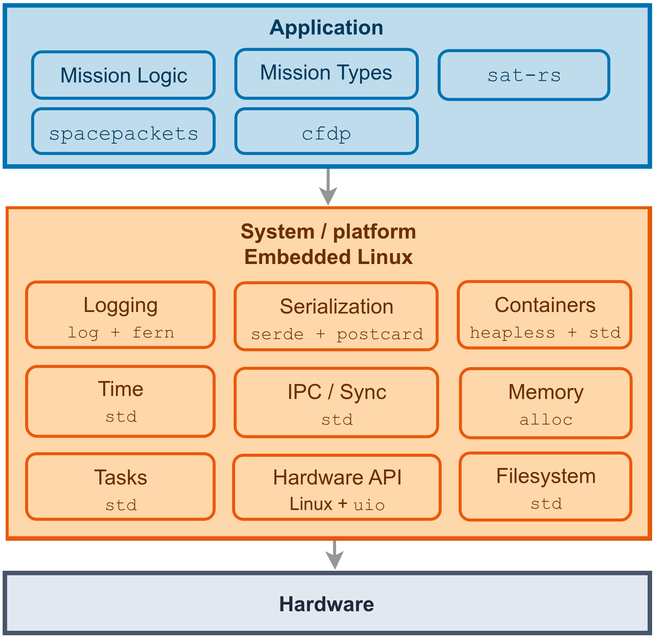
The draw.io diagram static/sat-rs/book/images/satrs-arch-linux.drawio.png in robamu/robamu.github.io, before a commit. Source tidied: cells renumbered, new cells last; positions are measured from the earlier drawing's top-left corner, leaving out a move shared by most shapes.
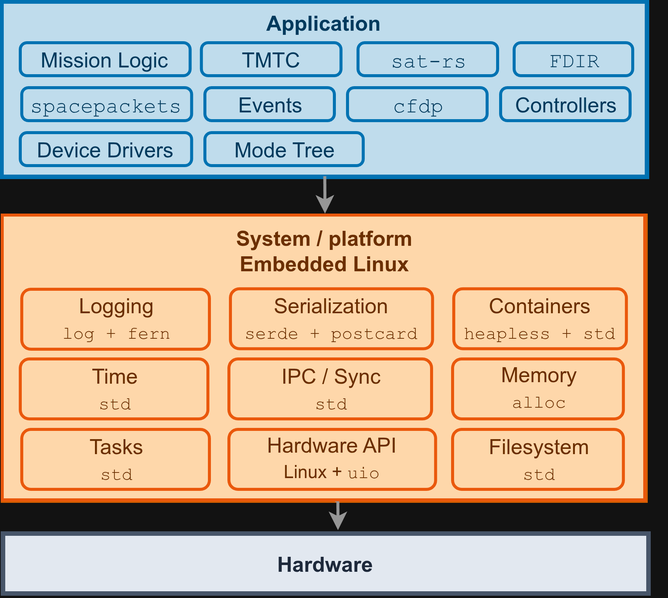
Above is the later version.

What changed in the source:
```diff
@@ -2,72 +2,92 @@
   <root>
     <mxCell id="0" />
     <mxCell id="1" parent="0" />
+    <mxCell id="5" style="group;fillColor=#FFF7ED;rounded=0;labelBackgroundColor=none;fontColor=#6B2F00;strokeColor=#D55E00;strokeWidth=3;perimeterSpacing=1;" parent="1" vertex="1">
+      <mxGeometry x="2" y="135" width="428" height="190" as="geometry" />
+    </mxCell>
     <mxCell id="2" value="Hardware" style="rounded=0;arcSize=20;strokeWidth=3;fillColor=#E2E8F0;strokeColor=#475569;fontColor=#1E293B;labelBackgroundColor=none;fontStyle=1;fontSize=14;perimeterSpacing=1;" parent="1" vertex="1">
-      <mxGeometry y="378" width="430" height="40" as="geometry" />
+      <mxGeometry x="2" y="347" width="430" height="40" as="geometry" />
     </mxCell>
-    <mxCell id="3" style="rounded=0;jettySize=auto;html=1;strokeWidth=2;labelBackgroundColor=none;strokeColor=#969696;fontColor=default;entryX=0.513;entryY=-0.015;entryDx=0;entryDy=0;entryPerimeter=0;endArrow=classic;endFill=1;edgeStyle=orthogonalEdgeStyle;exitX=0.51;exitY=1.006;exitDx=0;exitDy=0;exitPerimeter=0;" parent="1" edge="1" source="6" target="2">
+    <mxCell id="3" style="rounded=0;jettySize=auto;html=1;strokeWidth=2;labelBackgroundColor=none;strokeColor=#969696;fontColor=default;entryX=0.52;entryY=-0.019;entryDx=0;entryDy=0;entryPerimeter=0;endArrow=classic;endFill=1;edgeStyle=orthogonalEdgeStyle;exitX=0.518;exitY=1.002;exitDx=0;exitDy=0;exitPerimeter=0;" parent="1" edge="1" source="6" target="2">
       <mxGeometry relative="1" as="geometry">
         <Array as="points">
-          <mxPoint x="220.3" y="365" />
-          <mxPoint x="220.6" y="365" />
+          <mxPoint x="223.6" y="325.4" />
         </Array>
       </mxGeometry>
     </mxCell>
-    <mxCell id="4" style="rounded=0;jettySize=auto;html=1;entryX=0.5;entryY=-0.006;entryDx=0;entryDy=0;entryPerimeter=0;strokeWidth=2;labelBackgroundColor=none;fontColor=default;exitX=0.445;exitY=0.994;exitDx=0;exitDy=0;exitPerimeter=0;edgeStyle=orthogonalEdgeStyle;curved=0;strokeColor=#969696;" parent="1" edge="1" target="6">
-      <mxGeometry relative="1" as="geometry">
-        <mxPoint x="200" y="99.5" as="sourcePoint" />
-      </mxGeometry>
-    </mxCell>
-    <mxCell id="5" style="group;fillColor=#FFF7ED;rounded=0;labelBackgroundColor=none;fontColor=#6B2F00;strokeColor=#D55E00;strokeWidth=3;perimeterSpacing=1;" parent="1" vertex="1">
-      <mxGeometry x="2" y="135" width="428" height="220" as="geometry" />
-    </mxCell>
+    <mxCell id="22" value=" " style="group;" parent="1" vertex="1">
+      <mxGeometry x="1" y="-5" width="443" height="139" as="geometry" />
+    </mxCell>
+    <mxCell id="23" style="group;" parent="22" vertex="1">
+      <mxGeometry width="443" height="114" as="geometry" />
+    </mxCell>
+    <mxCell id="16" value="Application" style="rounded=0;arcSize=20;strokeWidth=3;fillColor=#BFDCEC;strokeColor=#0072B2;fontSize=14;fontColor=#003A5D;labelBackgroundColor=none;fontStyle=1;labelPosition=center;verticalLabelPosition=middle;align=center;verticalAlign=top;spacingTop=0;perimeterSpacing=1;" parent="23" vertex="1">
+      <mxGeometry y="-3" width="430" height="117" as="geometry" />
+    </mxCell>
+    <mxCell id="17" value="&lt;span style=&quot;font-weight: normal;&quot;&gt;Mission Logic&lt;/span&gt;" style="rounded=1;whiteSpace=wrap;html=1;fillColor=#BFDCEC;fontColor=#003A5D;strokeColor=#0072B2;labelBackgroundColor=none;strokeWidth=2;align=center;verticalAlign=middle;fontFamily=Helvetica;fontSize=14;fontStyle=1;spacingTop=0;arcSize=20;" parent="23" vertex="1">
+      <mxGeometry x="13" y="25" width="113.2" height="22" as="geometry" />
+    </mxCell>
+    <mxCell id="18" value="&lt;span style=&quot;font-weight: normal;&quot;&gt;&lt;font face=&quot;Courier New&quot;&gt;sat-rs&lt;/font&gt;&lt;/span&gt;" style="rounded=1;whiteSpace=wrap;html=1;fillColor=#BFDCEC;fontColor=#003A5D;strokeColor=#0072B2;labelBackgroundColor=none;strokeWidth=2;align=center;verticalAlign=middle;fontFamily=Helvetica;fontSize=14;fontStyle=1;spacingTop=0;arcSize=20;" parent="23" vertex="1">
+      <mxGeometry x="238" y="25" width="93" height="22" as="geometry" />
+    </mxCell>
+    <mxCell id="20" value="&lt;span style=&quot;font-weight: normal;&quot;&gt;&lt;font face=&quot;Courier New&quot;&gt;spacepackets&lt;/font&gt;&lt;/span&gt;" style="rounded=1;whiteSpace=wrap;html=1;fillColor=#BFDCEC;fontColor=#003A5D;strokeColor=#0072B2;labelBackgroundColor=none;strokeWidth=2;align=center;verticalAlign=middle;fontFamily=Helvetica;fontSize=14;fontStyle=1;spacingTop=0;arcSize=20;" parent="23" vertex="1">
+      <mxGeometry x="14" y="55" width="113.2" height="22" as="geometry" />
+    </mxCell>
+    <mxCell id="24" value="&lt;span style=&quot;font-weight: normal;&quot;&gt;Events&lt;/span&gt;" style="rounded=1;whiteSpace=wrap;html=1;fillColor=#BFDCEC;fontColor=#003A5D;strokeColor=#0072B2;labelBackgroundColor=none;strokeWidth=2;align=center;verticalAlign=middle;fontFamily=Helvetica;fontSize=14;fontStyle=1;spacingTop=0;arcSize=20;" parent="23" vertex="1">
+      <mxGeometry x="136" y="55" width="86.2" height="22" as="geometry" />
+    </mxCell>
+    <mxCell id="21" value="&lt;span style=&quot;font-weight: normal;&quot;&gt;&lt;font face=&quot;Courier New&quot;&gt;cfdp&lt;/font&gt;&lt;/span&gt;" style="rounded=1;whiteSpace=wrap;html=1;fillColor=#BFDCEC;fontColor=#003A5D;strokeColor=#0072B2;labelBackgroundColor=none;strokeWidth=2;align=center;verticalAlign=middle;fontFamily=Helvetica;fontSize=14;fontStyle=1;spacingTop=0;arcSize=20;" parent="23" vertex="1">
+      <mxGeometry x="231" y="55" width="93" height="22" as="geometry" />
+    </mxCell>
+    <mxCell id="25" value="&lt;span style=&quot;font-weight: normal;&quot;&gt;Device Drivers&lt;/span&gt;" style="rounded=1;whiteSpace=wrap;html=1;fillColor=#BFDCEC;fontColor=#003A5D;strokeColor=#0072B2;labelBackgroundColor=none;strokeWidth=2;align=center;verticalAlign=middle;fontFamily=Helvetica;fontSize=14;fontStyle=1;spacingTop=0;arcSize=20;" parent="23" vertex="1">
+      <mxGeometry x="13" y="85" width="114.2" height="22" as="geometry" />
+    </mxCell>
+    <mxCell id="26" value="&lt;span style=&quot;font-weight: normal;&quot;&gt;Mode Tree&lt;/span&gt;" style="rounded=1;whiteSpace=wrap;html=1;fillColor=#BFDCEC;fontColor=#003A5D;strokeColor=#0072B2;labelBackgroundColor=none;strokeWidth=2;align=center;verticalAlign=middle;fontFamily=Helvetica;fontSize=14;fontStyle=1;spacingTop=0;arcSize=20;" parent="23" vertex="1">
+      <mxGeometry x="136" y="85" width="105.5" height="22" as="geometry" />
+    </mxCell>
+    <mxCell id="27" value="&lt;span style=&quot;font-weight: normal;&quot;&gt;Controllers&lt;/span&gt;" style="rounded=1;whiteSpace=wrap;html=1;fillColor=#BFDCEC;fontColor=#003A5D;strokeColor=#0072B2;labelBackgroundColor=none;strokeWidth=2;align=center;verticalAlign=middle;fontFamily=Helvetica;fontSize=14;fontStyle=1;spacingTop=0;arcSize=20;" parent="23" vertex="1">
+      <mxGeometry x="333" y="55" width="86.2" height="22" as="geometry" />
+    </mxCell>
+    <mxCell id="28" value="&lt;span style=&quot;font-weight: normal;&quot;&gt;TMTC&lt;/span&gt;" style="rounded=1;whiteSpace=wrap;html=1;fillColor=#BFDCEC;fontColor=#003A5D;strokeColor=#0072B2;labelBackgroundColor=none;strokeWidth=2;align=center;verticalAlign=middle;fontFamily=Helvetica;fontSize=14;fontStyle=1;spacingTop=0;arcSize=20;" parent="23" vertex="1">
+      <mxGeometry x="133.7" y="25" width="93" height="22" as="geometry" />
+    </mxCell>
+    <mxCell id="29" value="&lt;span style=&quot;font-weight: normal;&quot;&gt;&lt;font face=&quot;Courier New&quot;&gt;FDIR&lt;/font&gt;&lt;/span&gt;" style="rounded=1;whiteSpace=wrap;html=1;fillColor=#BFDCEC;fontColor=#003A5D;strokeColor=#0072B2;labelBackgroundColor=none;strokeWidth=2;align=center;verticalAlign=middle;fontFamily=Helvetica;fontSize=14;fontStyle=1;spacingTop=0;arcSize=20;" parent="23" vertex="1">
+      <mxGeometry x="342" y="25" width="79" height="22" as="geometry" />
+    </mxCell>
+    <mxCell id="30" style="rounded=0;jettySize=auto;html=1;entryX=0.5;entryY=-0.006;entryDx=0;entryDy=0;entryPerimeter=0;strokeWidth=2;labelBackgroundColor=none;fontColor=default;exitX=0.502;exitY=0.992;exitDx=0;exitDy=0;exitPerimeter=0;edgeStyle=orthogonalEdgeStyle;curved=0;strokeColor=#969696;" parent="22" edge="1" source="16">
+      <mxGeometry relative="1" as="geometry">
+        <mxPoint x="216" y="139" as="targetPoint" />
+      </mxGeometry>
+    </mxCell>
-    <mxCell id="6" value="System / platform&#10;Embedded Linux" style="whiteSpace=wrap;strokeWidth=2;verticalAlign=top;fillColor=#FED7AA;strokeColor=#EA580C;fontColor=#6B2F00;fontSize=14;rounded=0;labelBackgroundColor=none;fontStyle=1;" parent="5" vertex="1">
-      <mxGeometry width="428" height="220" as="geometry" />
+    <mxCell id="6" value="System / platform&#10;Embedded Linux" style="whiteSpace=wrap;strokeWidth=2;verticalAlign=top;fillColor=#FED7AA;strokeColor=#EA580C;fontColor=#6B2F00;fontSize=14;rounded=0;labelBackgroundColor=none;fontStyle=1;" parent="1" vertex="1">
+      <mxGeometry x="2" y="135" width="428" height="190" as="geometry" />
     </mxCell>
-    <mxCell id="7" value="&lt;span style=&quot;font-weight: normal;&quot;&gt;Logging&lt;br&gt;&lt;/span&gt;&lt;div&gt;&lt;span style=&quot;font-weight: normal;&quot;&gt;&lt;font face=&quot;Courier New&quot; style=&quot;font-size: 12px;&quot;&gt;log + fern&lt;/font&gt;&lt;/span&gt;&lt;/div&gt;" style="rounded=1;whiteSpace=wrap;html=1;fillColor=#FED7AA;fontColor=#6B2F00;strokeColor=#EA580C;labelBackgroundColor=none;strokeWidth=2;align=center;verticalAlign=top;fontFamily=Helvetica;fontSize=14;fontStyle=1;" parent="5" vertex="1">
-      <mxGeometry x="13" y="49.5" width="125" height="43.7" as="geometry" />
+    <mxCell id="7" value="&lt;span style=&quot;font-weight: normal;&quot;&gt;Logging&lt;br&gt;&lt;/span&gt;&lt;div&gt;&lt;span style=&quot;font-weight: normal;&quot;&gt;&lt;font face=&quot;Courier New&quot; style=&quot;font-size: 12px;&quot;&gt;log + fern&lt;/font&gt;&lt;/span&gt;&lt;/div&gt;" style="rounded=1;whiteSpace=wrap;html=1;fillColor=#FED7AA;fontColor=#6B2F00;strokeColor=#EA580C;labelBackgroundColor=none;strokeWidth=2;align=center;verticalAlign=middle;fontFamily=Helvetica;fontSize=14;fontStyle=1;" parent="1" vertex="1">
+      <mxGeometry x="15" y="184.5" width="125" height="40" as="geometry" />
     </mxCell>
-    <mxCell id="8" value="&lt;span style=&quot;font-weight: normal;&quot;&gt;Serialization&lt;br&gt;&lt;font face=&quot;Courier New&quot; style=&quot;font-size: 12px;&quot;&gt;serde + postcard&lt;/font&gt;&lt;/span&gt;" style="rounded=1;whiteSpace=wrap;html=1;fillColor=#FED7AA;fontColor=#6B2F00;strokeColor=#EA580C;labelBackgroundColor=none;strokeWidth=2;align=center;verticalAlign=top;fontFamily=Helvetica;fontSize=14;fontStyle=1;" parent="5" vertex="1">
-      <mxGeometry x="152" y="50" width="134.7" height="44.7" as="geometry" />
+    <mxCell id="8" value="&lt;span style=&quot;font-weight: normal;&quot;&gt;Serialization&lt;br&gt;&lt;font face=&quot;Courier New&quot; style=&quot;font-size: 12px;&quot;&gt;serde + postcard&lt;/font&gt;&lt;/span&gt;" style="rounded=1;whiteSpace=wrap;html=1;fillColor=#FED7AA;fontColor=#6B2F00;strokeColor=#EA580C;labelBackgroundColor=none;strokeWidth=2;align=center;verticalAlign=middle;fontFamily=Helvetica;fontSize=14;fontStyle=1;" parent="1" vertex="1">
+      <mxGeometry x="154" y="184.2" width="134.7" height="40" as="geometry" />
     </mxCell>
-    <mxCell id="9" value="&lt;span style=&quot;font-weight: normal;&quot;&gt;Containers&lt;br&gt;&lt;font face=&quot;Courier New&quot; style=&quot;font-size: 12px;&quot;&gt;heapless + std&lt;/font&gt;&lt;/span&gt;" style="rounded=1;whiteSpace=wrap;html=1;fillColor=#FED7AA;fontColor=#6B2F00;strokeColor=#EA580C;labelBackgroundColor=none;strokeWidth=2;align=center;verticalAlign=top;fontFamily=Helvetica;fontSize=14;fontStyle=1;" parent="5" vertex="1">
-      <mxGeometry x="300.8" y="49.2" width="115" height="44.3" as="geometry" />
+    <mxCell id="9" value="&lt;span style=&quot;font-weight: normal;&quot;&gt;Containers&lt;br&gt;&lt;font face=&quot;Courier New&quot; style=&quot;font-size: 12px;&quot;&gt;heapless + std&lt;/font&gt;&lt;/span&gt;" style="rounded=1;whiteSpace=wrap;html=1;fillColor=#FED7AA;fontColor=#6B2F00;strokeColor=#EA580C;labelBackgroundColor=none;strokeWidth=2;align=center;verticalAlign=middle;fontFamily=Helvetica;fontSize=14;fontStyle=1;" parent="1" vertex="1">
+      <mxGeometry x="302.8" y="184.2" width="115" height="40" as="geometry" />
     </mxCell>
-    <mxCell id="10" value="&lt;span style=&quot;font-weight: normal;&quot;&gt;Time&lt;br&gt;&lt;font style=&quot;font-size: 12px;&quot; face=&quot;Courier New&quot;&gt;std&lt;/font&gt;&lt;/span&gt;" style="rounded=1;whiteSpace=wrap;html=1;fillColor=#FED7AA;fontColor=#6B2F00;strokeColor=#EA580C;labelBackgroundColor=none;strokeWidth=2;align=center;verticalAlign=top;fontFamily=Helvetica;fontSize=14;fontStyle=1;" parent="5" vertex="1">
-      <mxGeometry x="13" y="105.8" width="125" height="46.6" as="geometry" />
+    <mxCell id="10" value="&lt;span style=&quot;font-weight: normal;&quot;&gt;Time&lt;br&gt;&lt;font style=&quot;font-size: 12px;&quot; face=&quot;Courier New&quot;&gt;std&lt;/font&gt;&lt;/span&gt;" style="rounded=1;whiteSpace=wrap;html=1;fillColor=#FED7AA;fontColor=#6B2F00;strokeColor=#EA580C;labelBackgroundColor=none;strokeWidth=2;align=center;verticalAlign=middle;fontFamily=Helvetica;fontSize=14;fontStyle=1;" parent="1" vertex="1">
+      <mxGeometry x="14" y="231" width="125" height="40" as="geometry" />
     </mxCell>
-    <mxCell id="11" value="&lt;span style=&quot;font-weight: normal;&quot;&gt;IPC / Sync&lt;br&gt;&lt;/span&gt;&lt;div&gt;&lt;span style=&quot;font-weight: normal;&quot;&gt;&lt;font style=&quot;font-size: 12px;&quot; face=&quot;Courier New&quot;&gt;std&lt;/font&gt;&lt;/span&gt;&lt;/div&gt;" style="rounded=1;whiteSpace=wrap;html=1;fillColor=#FED7AA;fontColor=#6B2F00;strokeColor=#EA580C;labelBackgroundColor=none;strokeWidth=2;align=center;verticalAlign=top;fontFamily=Helvetica;fontSize=14;fontStyle=1;" parent="5" vertex="1">
-      <mxGeometry x="152" y="107" width="135" height="45.6" as="geometry" />
+    <mxCell id="11" value="&lt;span style=&quot;font-weight: normal;&quot;&gt;IPC / Sync&lt;br&gt;&lt;/span&gt;&lt;div&gt;&lt;span style=&quot;font-weight: normal;&quot;&gt;&lt;font style=&quot;font-size: 12px;&quot; face=&quot;Courier New&quot;&gt;std&lt;/font&gt;&lt;/span&gt;&lt;/div&gt;" style="rounded=1;whiteSpace=wrap;html=1;fillColor=#FED7AA;fontColor=#6B2F00;strokeColor=#EA580C;labelBackgroundColor=none;strokeWidth=2;align=center;verticalAlign=middle;fontFamily=Helvetica;fontSize=14;fontStyle=1;" parent="1" vertex="1">
+      <mxGeometry x="153" y="231" width="135" height="40" as="geometry" />
     </mxCell>
-    <mxCell id="12" value="&lt;span style=&quot;font-weight: normal;&quot;&gt;Memory&lt;br&gt;&lt;font face=&quot;Courier New&quot; style=&quot;font-size: 12px;&quot;&gt;alloc&lt;/font&gt;&lt;/span&gt;" style="rounded=1;whiteSpace=wrap;html=1;fillColor=#FED7AA;fontColor=#6B2F00;strokeColor=#EA580C;labelBackgroundColor=none;strokeWidth=2;align=center;verticalAlign=top;fontFamily=Helvetica;fontSize=14;fontStyle=1;" parent="5" vertex="1">
-      <mxGeometry x="302.2" y="107.2" width="113.8" height="46.1" as="geometry" />
+    <mxCell id="12" value="&lt;span style=&quot;font-weight: normal;&quot;&gt;Memory&lt;br&gt;&lt;font face=&quot;Courier New&quot; style=&quot;font-size: 12px;&quot;&gt;alloc&lt;/font&gt;&lt;/span&gt;" style="rounded=1;whiteSpace=wrap;html=1;fillColor=#FED7AA;fontColor=#6B2F00;strokeColor=#EA580C;labelBackgroundColor=none;strokeWidth=2;align=center;verticalAlign=middle;fontFamily=Helvetica;fontSize=14;fontStyle=1;" parent="1" vertex="1">
+      <mxGeometry x="302" y="231" width="113.8" height="40" as="geometry" />
     </mxCell>
-    <mxCell id="13" value="&lt;span style=&quot;font-weight: normal;&quot;&gt;Tasks&lt;br&gt;&lt;font face=&quot;Courier New&quot;&gt;&lt;span style=&quot;font-size: 12px;&quot;&gt;std&lt;/span&gt;&lt;/font&gt;&lt;/span&gt;" style="rounded=1;whiteSpace=wrap;html=1;fillColor=#FED7AA;fontColor=#6B2F00;strokeColor=#EA580C;labelBackgroundColor=none;strokeWidth=2;align=center;verticalAlign=top;fontFamily=Helvetica;fontSize=14;fontStyle=1;" parent="5" vertex="1">
-      <mxGeometry x="13" y="164" width="125" height="43.7" as="geometry" />
+    <mxCell id="13" value="&lt;span style=&quot;font-weight: normal;&quot;&gt;Tasks&lt;br&gt;&lt;font face=&quot;Courier New&quot;&gt;&lt;span style=&quot;font-size: 12px;&quot;&gt;std&lt;/span&gt;&lt;/font&gt;&lt;/span&gt;" style="rounded=1;whiteSpace=wrap;html=1;fillColor=#FED7AA;fontColor=#6B2F00;strokeColor=#EA580C;labelBackgroundColor=none;strokeWidth=2;align=center;verticalAlign=middle;fontFamily=Helvetica;fontSize=14;fontStyle=1;" parent="1" vertex="1">
+      <mxGeometry x="15" y="278" width="125" height="40" as="geometry" />
     </mxCell>
-    <mxCell id="14" value="&lt;span style=&quot;font-weight: normal;&quot;&gt;Hardware API&lt;/span&gt;&lt;div&gt;&lt;span style=&quot;font-weight: normal;&quot;&gt;&lt;font style=&quot;font-size: 12px;&quot;&gt;Linux + &lt;font face=&quot;Courier New&quot;&gt;uio&lt;/font&gt;&lt;/font&gt;&lt;/span&gt;&lt;/div&gt;" style="rounded=1;whiteSpace=wrap;html=1;fillColor=#FED7AA;fontColor=#6B2F00;strokeColor=#EA580C;labelBackgroundColor=none;strokeWidth=2;align=center;verticalAlign=top;fontFamily=Helvetica;fontSize=14;fontStyle=1;" parent="5" vertex="1">
-      <mxGeometry x="151" y="165" width="137.7" height="42.7" as="geometry" />
+    <mxCell id="14" value="&lt;span style=&quot;font-weight: normal;&quot;&gt;Hardware API&lt;/span&gt;&lt;div&gt;&lt;span style=&quot;font-weight: normal;&quot;&gt;&lt;font style=&quot;font-size: 12px;&quot;&gt;Linux + &lt;font face=&quot;Courier New&quot;&gt;uio&lt;/font&gt;&lt;/font&gt;&lt;/span&gt;&lt;/div&gt;" style="rounded=1;whiteSpace=wrap;html=1;fillColor=#FED7AA;fontColor=#6B2F00;strokeColor=#EA580C;labelBackgroundColor=none;strokeWidth=2;align=center;verticalAlign=middle;fontFamily=Helvetica;fontSize=14;fontStyle=1;" parent="1" vertex="1">
+      <mxGeometry x="153" y="278" width="137.7" height="40" as="geometry" />
     </mxCell>
-    <mxCell id="15" value="&lt;span style=&quot;font-weight: normal;&quot;&gt;Filesystem&lt;br&gt;&lt;font face=&quot;Courier New&quot; style=&quot;font-size: 12px;&quot;&gt;std&lt;/font&gt;&lt;/span&gt;" style="rounded=1;whiteSpace=wrap;html=1;fillColor=#FED7AA;fontColor=#6B2F00;strokeColor=#EA580C;labelBackgroundColor=none;strokeWidth=2;align=center;verticalAlign=top;fontFamily=Helvetica;fontSize=14;fontStyle=1;" parent="5" vertex="1">
-      <mxGeometry x="302" y="163.5" width="113.8" height="44.7" as="geometry" />
+    <mxCell id="15" value="&lt;span style=&quot;font-weight: normal;&quot;&gt;Filesystem&lt;br&gt;&lt;font face=&quot;Courier New&quot; style=&quot;font-size: 12px;&quot;&gt;std&lt;/font&gt;&lt;/span&gt;" style="rounded=1;whiteSpace=wrap;html=1;fillColor=#FED7AA;fontColor=#6B2F00;strokeColor=#EA580C;labelBackgroundColor=none;strokeWidth=2;align=center;verticalAlign=middle;fontFamily=Helvetica;fontSize=14;fontStyle=1;" parent="1" vertex="1">
+      <mxGeometry x="302" y="278" width="113.8" height="40" as="geometry" />
     </mxCell>
-    <mxCell id="16" value="Application" style="rounded=0;arcSize=20;strokeWidth=3;fillColor=#BFDCEC;strokeColor=#0072B2;fontSize=14;fontColor=#003A5D;labelBackgroundColor=none;fontStyle=1;labelPosition=center;verticalLabelPosition=middle;align=center;verticalAlign=top;spacingTop=0;" parent="1" vertex="1">
-      <mxGeometry y="-0.4" width="430" height="107.4" as="geometry" />
-    </mxCell>
-    <mxCell id="17" value="&lt;span style=&quot;font-weight: normal;&quot;&gt;Mission Logic&lt;/span&gt;" style="rounded=1;whiteSpace=wrap;html=1;fillColor=#BFDCEC;fontColor=#003A5D;strokeColor=#0072B2;labelBackgroundColor=none;strokeWidth=2;align=center;verticalAlign=top;fontFamily=Helvetica;fontSize=14;fontStyle=1;spacingTop=0;arcSize=20;" parent="1" vertex="1">
-      <mxGeometry x="19" y="31" width="121" height="30.9" as="geometry" />
-    </mxCell>
-    <mxCell id="18" value="&lt;span style=&quot;font-weight: normal;&quot;&gt;&lt;font face=&quot;Courier New&quot;&gt;sat-rs&lt;/font&gt;&lt;/span&gt;" style="rounded=1;whiteSpace=wrap;html=1;fillColor=#BFDCEC;fontColor=#003A5D;strokeColor=#0072B2;labelBackgroundColor=none;strokeWidth=2;align=center;verticalAlign=top;fontFamily=Helvetica;fontSize=14;fontStyle=1;spacingTop=0;arcSize=20;" parent="1" vertex="1">
-      <mxGeometry x="290" y="30.3" width="113.2" height="32.6" as="geometry" />
-    </mxCell>
-    <mxCell id="19" value="&lt;span style=&quot;font-weight: normal;&quot;&gt;Mission Types&lt;/span&gt;" style="rounded=1;whiteSpace=wrap;html=1;fillColor=#BFDCEC;fontColor=#003A5D;strokeColor=#0072B2;labelBackgroundColor=none;strokeWidth=2;align=center;verticalAlign=top;fontFamily=Helvetica;fontSize=14;fontStyle=1;spacingTop=0;arcSize=20;" parent="1" vertex="1">
-      <mxGeometry x="154.5" y="29.4" width="121" height="32.5" as="geometry" />
-    </mxCell>
-    <mxCell id="20" value="&lt;span style=&quot;font-weight: normal;&quot;&gt;&lt;font face=&quot;Courier New&quot;&gt;spacepackets&lt;/font&gt;&lt;/span&gt;" style="rounded=1;whiteSpace=wrap;html=1;fillColor=#BFDCEC;fontColor=#003A5D;strokeColor=#0072B2;labelBackgroundColor=none;strokeWidth=2;align=center;verticalAlign=top;fontFamily=Helvetica;fontSize=14;fontStyle=1;spacingTop=0;arcSize=20;" parent="1" vertex="1">
-      <mxGeometry x="19" y="69" width="121" height="29.8" as="geometry" />
-    </mxCell>
-    <mxCell id="21" value="&lt;span style=&quot;font-weight: normal;&quot;&gt;&lt;font face=&quot;Courier New&quot;&gt;cfdp&lt;/font&gt;&lt;/span&gt;" style="rounded=1;whiteSpace=wrap;html=1;fillColor=#BFDCEC;fontColor=#003A5D;strokeColor=#0072B2;labelBackgroundColor=none;strokeWidth=2;align=center;verticalAlign=top;fontFamily=Helvetica;fontSize=14;fontStyle=1;spacingTop=0;arcSize=20;" parent="1" vertex="1">
-      <mxGeometry x="154.5" y="69" width="121" height="29.8" as="geometry" />
-    </mxCell>
   </root>
 </mxGraphModel>
```
